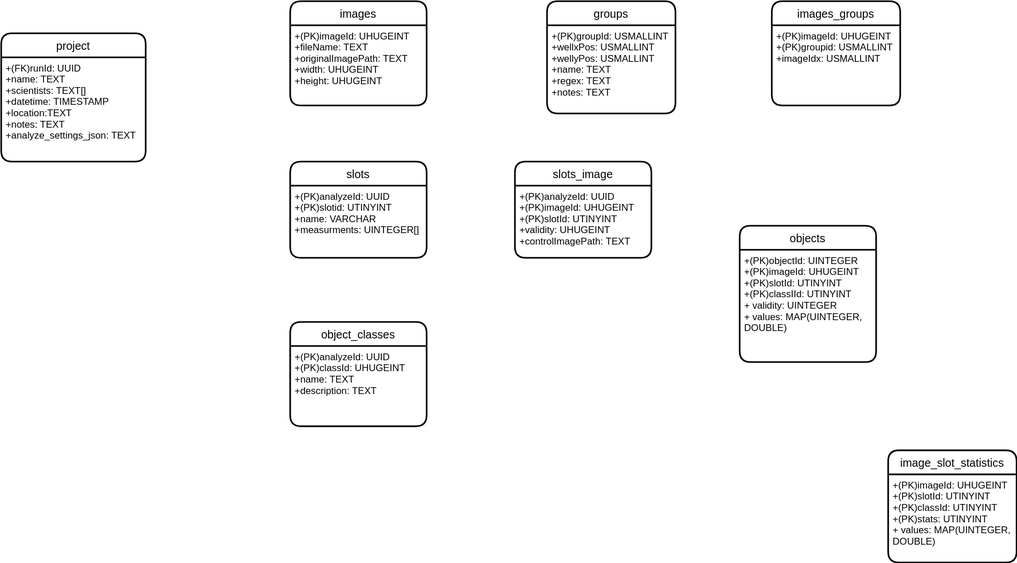
This is doc/database_schema_new.drawio.svg from joda01/imagec, a draw.io export, as it was before one commit. Source tidied: cells renumbered, new cells last; positions are measured from the earlier drawing's top-left corner, leaving out a move shared by most shapes.
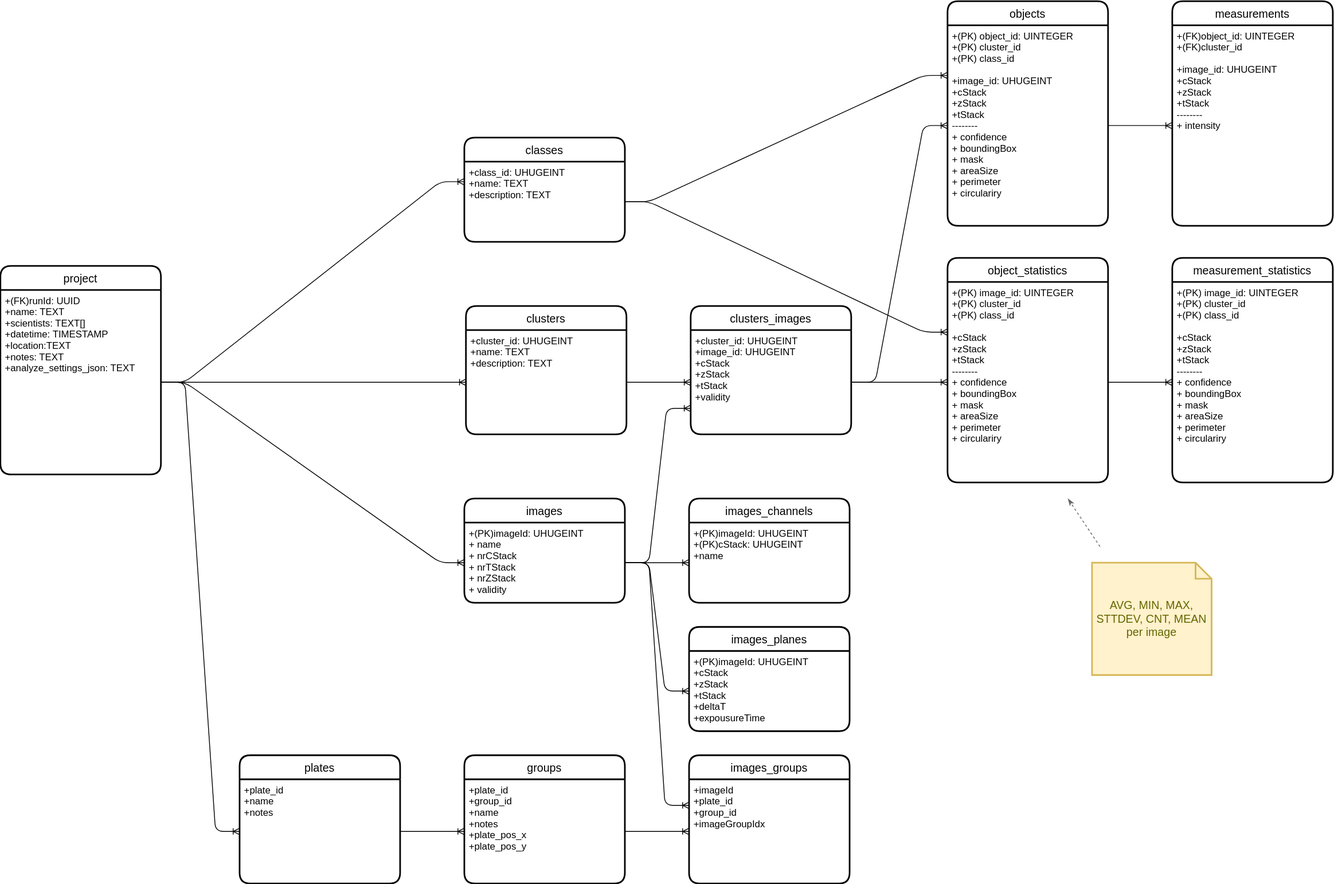
After the commit.

Commit message:
chore: NEw database schema

The edit, as a diff of the source:
```diff
@@ -3,58 +3,148 @@
     <mxCell id="0" />
     <mxCell id="1" parent="0" />
     <mxCell id="2" value="images" style="swimlane;horizontal=1;startSize=30;rounded=1;fontSize=14;fontStyle=0;strokeWidth=2;shadow=0;dashed=0;align=center;" parent="1" vertex="1">
-      <mxGeometry x="360" width="170" height="130" as="geometry" />
+      <mxGeometry x="678" y="500" width="200" height="130" as="geometry" />
     </mxCell>
-    <mxCell id="3" value="+(PK)imageId: UHUGEINT&#10;+fileName: TEXT&#10;+originalImagePath: TEXT&#10;+width: UHUGEINT&#10;+height: UHUGEINT" style="align=left;strokeColor=none;fillColor=none;spacingLeft=4;fontSize=12;verticalAlign=top;" parent="2" vertex="1">
-      <mxGeometry y="30" width="170" height="100" as="geometry" />
+    <mxCell id="3" value="+(PK)imageId: UHUGEINT&#10;+ name&#10;+ nrCStack&#10;+ nrTStack&#10;+ nrZStack&#10;+ validity" style="align=left;strokeColor=none;fillColor=none;spacingLeft=4;fontSize=12;verticalAlign=top;" parent="2" vertex="1">
+      <mxGeometry y="30" width="200" height="100" as="geometry" />
     </mxCell>
     <mxCell id="4" value="objects" style="swimlane;horizontal=1;startSize=30;rounded=1;fontSize=14;fontStyle=0;strokeWidth=2;shadow=0;dashed=0;align=center;" parent="1" vertex="1">
-      <mxGeometry x="920" y="280" width="170" height="170" as="geometry" />
+      <mxGeometry x="1280" y="-120" width="200" height="280" as="geometry" />
     </mxCell>
-    <mxCell id="5" value="+(PK)objectId: UINTEGER&#10;+(PK)imageId: UHUGEINT&#10;+(PK)slotId: UTINYINT&#10;+(PK)classIId: UTINYINT&#10;+ validity: UINTEGER&#10;+ values: MAP(UINTEGER, &#10;                         DOUBLE)" style="align=left;strokeColor=none;fillColor=none;spacingLeft=4;fontSize=12;verticalAlign=top;" parent="4" vertex="1">
-      <mxGeometry y="30" width="170" height="140" as="geometry" />
+    <mxCell id="5" value="+(PK) object_id: UINTEGER&#10;+(PK) cluster_id&#10;+(PK) class_id&#10;&#10;+image_id: UHUGEINT&#10;+cStack&#10;+zStack&#10;+tStack&#10;--------&#10;+ confidence&#10;+ boundingBox&#10;+ mask&#10;+ areaSize&#10;+ perimeter&#10;+ circulariry" style="align=left;strokeColor=none;fillColor=none;spacingLeft=4;fontSize=12;verticalAlign=top;" parent="4" vertex="1">
+      <mxGeometry y="30" width="200" height="250" as="geometry" />
     </mxCell>
-    <mxCell id="6" value="groups" style="swimlane;horizontal=1;startSize=30;rounded=1;fontSize=14;fontStyle=0;strokeWidth=2;shadow=0;dashed=0;align=center;" parent="1" vertex="1">
-      <mxGeometry x="680" width="160" height="140" as="geometry" />
-    </mxCell>
-    <mxCell id="7" value="+(PK)groupId: USMALLINT&#10;+wellxPos: USMALLINT&#10;+wellyPos: USMALLINT&#10;+name: TEXT&#10;+regex: TEXT&#10;+notes: TEXT" style="align=left;strokeColor=none;fillColor=none;spacingLeft=4;fontSize=12;verticalAlign=top;" parent="6" vertex="1">
-      <mxGeometry y="30" width="160" height="110" as="geometry" />
-    </mxCell>
     <mxCell id="8" value="project" style="swimlane;horizontal=1;startSize=30;rounded=1;fontSize=14;fontStyle=0;strokeWidth=2;shadow=0;dashed=0;align=center;" parent="1" vertex="1">
-      <mxGeometry y="40" width="180" height="160" as="geometry" />
+      <mxGeometry x="100" y="210" width="200" height="260" as="geometry" />
     </mxCell>
     <mxCell id="9" value="+(FK)runId: UUID&#10;+name: TEXT&#10;+scientists: TEXT[]&#10;+datetime: TIMESTAMP&#10;+location:TEXT&#10;+notes: TEXT&#10;+analyze_settings_json: TEXT" style="align=left;strokeColor=none;fillColor=none;spacingLeft=4;fontSize=12;verticalAlign=top;fontStyle=0;" parent="8" vertex="1">
-      <mxGeometry y="30" width="180" height="130" as="geometry" />
+      <mxGeometry y="30" width="200" height="230" as="geometry" />
     </mxCell>
+    <mxCell id="20" value="measurements" style="swimlane;horizontal=1;startSize=30;rounded=1;fontSize=14;fontStyle=0;strokeWidth=2;shadow=0;dashed=0;align=center;" parent="1" vertex="1">
+      <mxGeometry x="1560" y="-120" width="200" height="280" as="geometry" />
+    </mxCell>
+    <mxCell id="21" value="+(FK)object_id: UINTEGER&#10;+(FK)cluster_id&#10;&#10;+image_id: UHUGEINT&#10;+cStack&#10;+zStack&#10;+tStack&#10;--------&#10;+ intensity&#10;" style="align=left;strokeColor=none;fillColor=none;spacingLeft=4;fontSize=12;verticalAlign=top;" parent="20" vertex="1">
+      <mxGeometry y="30" width="200" height="250" as="geometry" />
+    </mxCell>
+    <mxCell id="22" style="edgeStyle=entityRelationEdgeStyle;fontSize=12;html=1;endArrow=ERoneToMany;exitX=1;exitY=0.5;exitDx=0;exitDy=0;entryX=0;entryY=0.5;entryDx=0;entryDy=0;" parent="1" edge="1" source="5" target="21">
+      <mxGeometry relative="1" as="geometry" />
+    </mxCell>
+    <mxCell id="23" value="clusters" style="swimlane;horizontal=1;startSize=30;rounded=1;fontSize=14;fontStyle=0;strokeWidth=2;shadow=0;dashed=0;align=center;" parent="1" vertex="1">
+      <mxGeometry x="680" y="260" width="200" height="160" as="geometry" />
+    </mxCell>
+    <mxCell id="24" value="+cluster_id: UHUGEINT&#10;+name: TEXT&#10;+description: TEXT&#10;" style="align=left;strokeColor=none;fillColor=none;spacingLeft=4;fontSize=12;verticalAlign=top;" parent="23" vertex="1">
+      <mxGeometry y="30" width="200" height="130" as="geometry" />
+    </mxCell>
+    <mxCell id="25" value="classes" style="swimlane;horizontal=1;startSize=30;rounded=1;fontSize=14;fontStyle=0;strokeWidth=2;shadow=0;dashed=0;align=center;" parent="1" vertex="1">
+      <mxGeometry x="678" y="50" width="200" height="130" as="geometry" />
+    </mxCell>
+    <mxCell id="26" value="+class_id: UHUGEINT&#10;+name: TEXT&#10;+description: TEXT&#10;" style="align=left;strokeColor=none;fillColor=none;spacingLeft=4;fontSize=12;verticalAlign=top;" parent="25" vertex="1">
+      <mxGeometry y="30" width="200" height="100" as="geometry" />
+    </mxCell>
+    <mxCell id="27" value="clusters_images" style="swimlane;horizontal=1;startSize=30;rounded=1;fontSize=14;fontStyle=0;strokeWidth=2;shadow=0;dashed=0;align=center;" parent="1" vertex="1">
+      <mxGeometry x="960" y="260" width="200" height="160" as="geometry" />
+    </mxCell>
+    <mxCell id="28" value="+cluster_id: UHUGEINT&#10;+image_id: UHUGEINT&#10;+cStack&#10;+zStack&#10;+tStack&#10;+validity&#10;" style="align=left;strokeColor=none;fillColor=none;spacingLeft=4;fontSize=12;verticalAlign=top;" parent="27" vertex="1">
+      <mxGeometry y="30" width="200" height="130" as="geometry" />
+    </mxCell>
+    <mxCell id="29" style="edgeStyle=entityRelationEdgeStyle;fontSize=12;html=1;endArrow=ERoneToMany;exitX=1;exitY=0.5;exitDx=0;exitDy=0;entryX=0;entryY=0.5;entryDx=0;entryDy=0;" parent="1" edge="1" source="24" target="28">
+      <mxGeometry relative="1" as="geometry" />
+    </mxCell>
+    <mxCell id="30" value="images_channels" style="swimlane;horizontal=1;startSize=30;rounded=1;fontSize=14;fontStyle=0;strokeWidth=2;shadow=0;dashed=0;align=center;" parent="1" vertex="1">
+      <mxGeometry x="958" y="500" width="200" height="130" as="geometry" />
+    </mxCell>
+    <mxCell id="31" value="+(PK)imageId: UHUGEINT&#10;+(PK)cStack: UHUGEINT&#10;+name" style="align=left;strokeColor=none;fillColor=none;spacingLeft=4;fontSize=12;verticalAlign=top;" parent="30" vertex="1">
+      <mxGeometry y="30" width="200" height="100" as="geometry" />
+    </mxCell>
+    <mxCell id="32" style="edgeStyle=entityRelationEdgeStyle;fontSize=12;html=1;endArrow=ERoneToMany;exitX=1;exitY=0.5;exitDx=0;exitDy=0;entryX=0;entryY=0.5;entryDx=0;entryDy=0;" parent="1" edge="1" source="3" target="31">
+      <mxGeometry relative="1" as="geometry" />
+    </mxCell>
+    <mxCell id="33" value="images_planes" style="swimlane;horizontal=1;startSize=30;rounded=1;fontSize=14;fontStyle=0;strokeWidth=2;shadow=0;dashed=0;align=center;" parent="1" vertex="1">
+      <mxGeometry x="958" y="660" width="200" height="130" as="geometry" />
+    </mxCell>
+    <mxCell id="34" value="+(PK)imageId: UHUGEINT&#10;+cStack&#10;+zStack&#10;+tStack&#10;+deltaT&#10;+expousureTime" style="align=left;strokeColor=none;fillColor=none;spacingLeft=4;fontSize=12;verticalAlign=top;" parent="33" vertex="1">
+      <mxGeometry y="30" width="200" height="100" as="geometry" />
+    </mxCell>
+    <mxCell id="35" style="edgeStyle=entityRelationEdgeStyle;fontSize=12;html=1;endArrow=ERoneToMany;exitX=1;exitY=0.5;exitDx=0;exitDy=0;entryX=0;entryY=0.5;entryDx=0;entryDy=0;" parent="1" edge="1" source="3" target="34">
+      <mxGeometry relative="1" as="geometry" />
+    </mxCell>
+    <mxCell id="6" value="groups" style="swimlane;horizontal=1;startSize=30;rounded=1;fontSize=14;fontStyle=0;strokeWidth=2;shadow=0;dashed=0;align=center;" parent="1" vertex="1">
+      <mxGeometry x="678" y="820" width="200" height="160" as="geometry" />
+    </mxCell>
+    <mxCell id="36" value="+plate_id&#10;+group_id&#10;+name&#10;+notes&#10;+plate_pos_x&#10;+plate_pos_y" style="align=left;strokeColor=none;fillColor=none;spacingLeft=4;fontSize=12;verticalAlign=top;fontStyle=0;" parent="6" vertex="1">
+      <mxGeometry y="30" width="200" height="130" as="geometry" />
+    </mxCell>
     <mxCell id="10" value="images_groups" style="swimlane;horizontal=1;startSize=30;rounded=1;fontSize=14;fontStyle=0;strokeWidth=2;shadow=0;dashed=0;align=center;" parent="1" vertex="1">
-      <mxGeometry x="960" width="160" height="130" as="geometry" />
+      <mxGeometry x="958" y="820" width="200" height="160" as="geometry" />
     </mxCell>
-    <mxCell id="11" value="+(PK)imageId: UHUGEINT&#10;+(PK)groupid: USMALLINT&#10;+imageIdx: USMALLINT" style="align=left;strokeColor=none;fillColor=none;spacingLeft=4;fontSize=12;verticalAlign=top;" parent="10" vertex="1">
-      <mxGeometry y="30" width="160" height="100" as="geometry" />
-    </mxCell>
-    <mxCell id="12" value="slots" style="swimlane;horizontal=1;startSize=30;rounded=1;fontSize=14;fontStyle=0;strokeWidth=2;shadow=0;dashed=0;align=center;fillColor=default;" parent="1" vertex="1">
-      <mxGeometry x="360" y="200" width="170" height="120" as="geometry" />
-    </mxCell>
-    <mxCell id="13" value="+(PK)analyzeId: UUID&#10;+(PK)slotid: UTINYINT&#10;+name: VARCHAR&#10;+measurments: UINTEGER[]" style="align=left;strokeColor=none;fillColor=none;spacingLeft=4;fontSize=12;verticalAlign=top;" parent="12" vertex="1">
-      <mxGeometry y="30" width="170" height="90" as="geometry" />
-    </mxCell>
-    <mxCell id="14" value="image_slot_statistics" style="swimlane;horizontal=1;startSize=30;rounded=1;fontSize=14;fontStyle=0;strokeWidth=2;shadow=0;dashed=0;align=center;" parent="1" vertex="1">
-      <mxGeometry x="1105" y="560" width="160" height="140" as="geometry" />
-    </mxCell>
-    <mxCell id="15" value="+(PK)imageId: UHUGEINT&#10;+(PK)slotId: UTINYINT&#10;+(PK)classId: UTINYINT&#10;+(PK)stats: UTINYINT&#10;+ values: MAP(UINTEGER, &#10;                         DOUBLE)" style="align=left;strokeColor=none;fillColor=none;spacingLeft=4;fontSize=12;verticalAlign=top;" parent="14" vertex="1">
-      <mxGeometry y="30" width="160" height="110" as="geometry" />
-    </mxCell>
-    <mxCell id="16" value="object_classes" style="swimlane;horizontal=1;startSize=30;rounded=1;fontSize=14;fontStyle=0;strokeWidth=2;shadow=0;dashed=0;align=center;" parent="1" vertex="1">
-      <mxGeometry x="360" y="400" width="170" height="130" as="geometry" />
-    </mxCell>
-    <mxCell id="17" value="+(PK)analyzeId: UUID&#10;+(PK)classId: UHUGEINT&#10;+name: TEXT&#10;+description: TEXT&#10;" style="align=left;strokeColor=none;fillColor=none;spacingLeft=4;fontSize=12;verticalAlign=top;" parent="16" vertex="1">
-      <mxGeometry y="30" width="170" height="100" as="geometry" />
-    </mxCell>
-    <mxCell id="18" value="slots_image" style="swimlane;horizontal=1;startSize=30;rounded=1;fontSize=14;fontStyle=0;strokeWidth=2;shadow=0;dashed=0;align=center;fillColor=default;" parent="1" vertex="1">
-      <mxGeometry x="640" y="200" width="170" height="120" as="geometry" />
-    </mxCell>
-    <mxCell id="19" value="+(PK)analyzeId: UUID&#10;+(PK)imageId: UHUGEINT&#10;+(PK)slotId: UTINYINT&#10;+validity: UHUGEINT&#10;+controlImagePath: TEXT" style="align=left;strokeColor=none;fillColor=none;spacingLeft=4;fontSize=12;verticalAlign=top;" parent="18" vertex="1">
-      <mxGeometry y="30" width="170" height="90" as="geometry" />
-    </mxCell>
+    <mxCell id="37" value="+imageId&#10;+plate_id&#10;+group_id&#10;+imageGroupIdx" style="align=left;strokeColor=none;fillColor=none;spacingLeft=4;fontSize=12;verticalAlign=top;fontStyle=0;" parent="10" vertex="1">
+      <mxGeometry y="30" width="200" height="130" as="geometry" />
+    </mxCell>
+    <mxCell id="38" style="edgeStyle=entityRelationEdgeStyle;fontSize=12;html=1;endArrow=ERoneToMany;exitX=1;exitY=0.5;exitDx=0;exitDy=0;entryX=0;entryY=0.5;entryDx=0;entryDy=0;" parent="1" edge="1" source="36" target="37">
+      <mxGeometry relative="1" as="geometry" />
+    </mxCell>
+    <mxCell id="39" style="edgeStyle=entityRelationEdgeStyle;fontSize=12;html=1;endArrow=ERoneToMany;exitX=1;exitY=0.5;exitDx=0;exitDy=0;entryX=0;entryY=0.25;entryDx=0;entryDy=0;" parent="1" edge="1" source="3" target="37">
+      <mxGeometry relative="1" as="geometry" />
+    </mxCell>
+    <mxCell id="40" value="object_statistics" style="swimlane;horizontal=1;startSize=30;rounded=1;fontSize=14;fontStyle=0;strokeWidth=2;shadow=0;dashed=0;align=center;" parent="1" vertex="1">
+      <mxGeometry x="1280" y="200" width="200" height="280" as="geometry" />
+    </mxCell>
+    <mxCell id="41" value="+(PK) image_id: UINTEGER&#10;+(PK) cluster_id&#10;+(PK) class_id&#10;&#10;+cStack&#10;+zStack&#10;+tStack&#10;--------&#10;+ confidence&#10;+ boundingBox&#10;+ mask&#10;+ areaSize&#10;+ perimeter&#10;+ circulariry" style="align=left;strokeColor=none;fillColor=none;spacingLeft=4;fontSize=12;verticalAlign=top;" parent="40" vertex="1">
+      <mxGeometry y="30" width="200" height="250" as="geometry" />
+    </mxCell>
+    <mxCell id="42" value="measurement_statistics" style="swimlane;horizontal=1;startSize=30;rounded=1;fontSize=14;fontStyle=0;strokeWidth=2;shadow=0;dashed=0;align=center;" parent="1" vertex="1">
+      <mxGeometry x="1560" y="200" width="200" height="280" as="geometry" />
+    </mxCell>
+    <mxCell id="43" value="+(PK) image_id: UINTEGER&#10;+(PK) cluster_id&#10;+(PK) class_id&#10;&#10;+cStack&#10;+zStack&#10;+tStack&#10;--------&#10;+ confidence&#10;+ boundingBox&#10;+ mask&#10;+ areaSize&#10;+ perimeter&#10;+ circulariry" style="align=left;strokeColor=none;fillColor=none;spacingLeft=4;fontSize=12;verticalAlign=top;" parent="42" vertex="1">
+      <mxGeometry y="30" width="200" height="250" as="geometry" />
+    </mxCell>
+    <mxCell id="44" style="edgeStyle=entityRelationEdgeStyle;fontSize=12;html=1;endArrow=ERoneToMany;exitX=1;exitY=0.5;exitDx=0;exitDy=0;entryX=0;entryY=0.5;entryDx=0;entryDy=0;" parent="1" edge="1" source="41" target="43">
+      <mxGeometry relative="1" as="geometry" />
+    </mxCell>
+    <mxCell id="45" value="plates" style="swimlane;horizontal=1;startSize=30;rounded=1;fontSize=14;fontStyle=0;strokeWidth=2;shadow=0;dashed=0;align=center;" parent="1" vertex="1">
+      <mxGeometry x="398" y="820" width="200" height="160" as="geometry" />
+    </mxCell>
+    <mxCell id="46" value="+plate_id&#10;+name&#10;+notes" style="align=left;strokeColor=none;fillColor=none;spacingLeft=4;fontSize=12;verticalAlign=top;fontStyle=0;" parent="45" vertex="1">
+      <mxGeometry y="30" width="200" height="130" as="geometry" />
+    </mxCell>
+    <mxCell id="47" style="edgeStyle=entityRelationEdgeStyle;fontSize=12;html=1;endArrow=ERoneToMany;exitX=1;exitY=0.5;exitDx=0;exitDy=0;entryX=0;entryY=0.5;entryDx=0;entryDy=0;" parent="1" edge="1" source="46" target="36">
+      <mxGeometry relative="1" as="geometry" />
+    </mxCell>
+    <mxCell id="48" style="edgeStyle=entityRelationEdgeStyle;fontSize=12;html=1;endArrow=ERoneToMany;exitX=1;exitY=0.5;exitDx=0;exitDy=0;entryX=0;entryY=0.5;entryDx=0;entryDy=0;" parent="1" edge="1" source="28" target="5">
+      <mxGeometry relative="1" as="geometry" />
+    </mxCell>
+    <mxCell id="49" style="edgeStyle=entityRelationEdgeStyle;fontSize=12;html=1;endArrow=ERoneToMany;exitX=1;exitY=0.5;exitDx=0;exitDy=0;entryX=0;entryY=0.5;entryDx=0;entryDy=0;" parent="1" edge="1" source="28" target="41">
+      <mxGeometry relative="1" as="geometry" />
+    </mxCell>
+    <mxCell id="50" style="edgeStyle=entityRelationEdgeStyle;fontSize=12;html=1;endArrow=ERoneToMany;exitX=1;exitY=0.5;exitDx=0;exitDy=0;entryX=0;entryY=0.75;entryDx=0;entryDy=0;" parent="1" edge="1" source="3" target="28">
+      <mxGeometry relative="1" as="geometry" />
+    </mxCell>
+    <mxCell id="51" style="edgeStyle=entityRelationEdgeStyle;fontSize=12;html=1;endArrow=ERoneToMany;exitX=1;exitY=0.5;exitDx=0;exitDy=0;entryX=0;entryY=0.25;entryDx=0;entryDy=0;" parent="1" edge="1" source="26" target="41">
+      <mxGeometry relative="1" as="geometry" />
+    </mxCell>
+    <mxCell id="52" style="edgeStyle=entityRelationEdgeStyle;fontSize=12;html=1;endArrow=ERoneToMany;exitX=1;exitY=0.5;exitDx=0;exitDy=0;entryX=0;entryY=0.25;entryDx=0;entryDy=0;" parent="1" edge="1" source="26" target="5">
+      <mxGeometry relative="1" as="geometry" />
+    </mxCell>
+    <mxCell id="53" value="AVG, MIN, MAX, STTDEV, CNT, MEAN per image" style="shape=note;strokeWidth=2;fontSize=14;size=20;whiteSpace=wrap;html=1;fillColor=#fff2cc;strokeColor=#d6b656;fontColor=#666600;" parent="1" vertex="1">
+      <mxGeometry x="1460" y="580" width="149" height="140" as="geometry" />
+    </mxCell>
+    <mxCell id="54" style="endArrow=classicThin;html=1;endFill=1;dashed=1;fillColor=#f5f5f5;strokeColor=#666666;" parent="1" edge="1">
+      <mxGeometry relative="1" as="geometry">
+        <mxPoint x="1470" y="560" as="sourcePoint" />
+        <mxPoint x="1430" y="500" as="targetPoint" />
+      </mxGeometry>
+    </mxCell>
+    <mxCell id="55" style="edgeStyle=entityRelationEdgeStyle;fontSize=12;html=1;endArrow=ERoneToMany;exitX=1;exitY=0.5;exitDx=0;exitDy=0;entryX=0;entryY=0.25;entryDx=0;entryDy=0;" parent="1" edge="1" source="9" target="26">
+      <mxGeometry relative="1" as="geometry" />
+    </mxCell>
+    <mxCell id="56" style="edgeStyle=entityRelationEdgeStyle;fontSize=12;html=1;endArrow=ERoneToMany;exitX=1;exitY=0.5;exitDx=0;exitDy=0;entryX=0;entryY=0.5;entryDx=0;entryDy=0;" parent="1" edge="1" source="9" target="24">
+      <mxGeometry relative="1" as="geometry" />
+    </mxCell>
+    <mxCell id="57" style="edgeStyle=entityRelationEdgeStyle;fontSize=12;html=1;endArrow=ERoneToMany;exitX=1;exitY=0.5;exitDx=0;exitDy=0;entryX=0;entryY=0.5;entryDx=0;entryDy=0;" parent="1" edge="1" source="9" target="3">
+      <mxGeometry relative="1" as="geometry" />
+    </mxCell>
+    <mxCell id="58" style="edgeStyle=entityRelationEdgeStyle;fontSize=12;html=1;endArrow=ERoneToMany;exitX=1;exitY=0.5;exitDx=0;exitDy=0;entryX=0;entryY=0.5;entryDx=0;entryDy=0;" parent="1" edge="1" source="9" target="46">
+      <mxGeometry relative="1" as="geometry" />
+    </mxCell>
   </root>
 </mxGraphModel>
```
